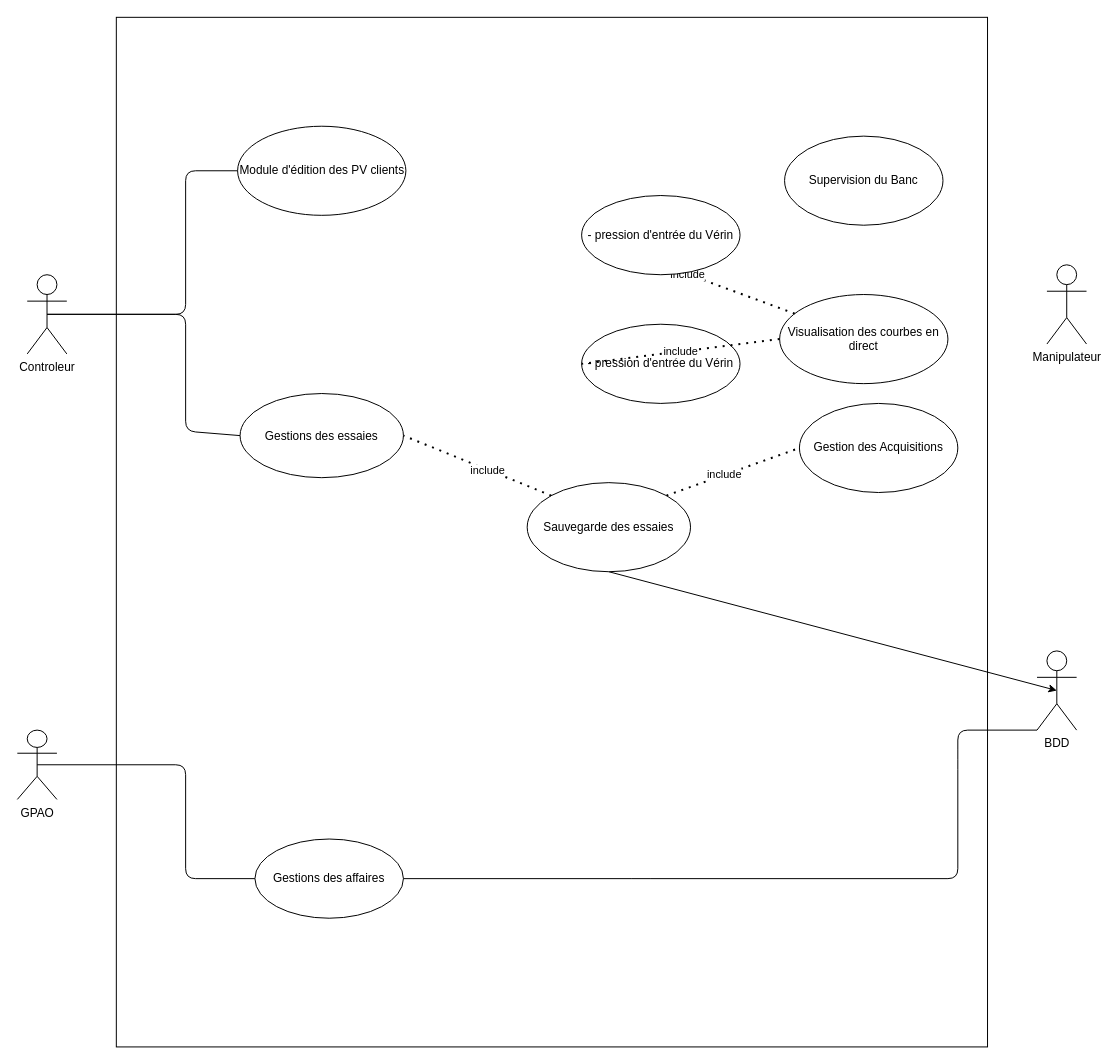
Above: Analyse/diagrammeDUtilisation.drawio in MRCThomas/testDeVerinSurBancHydraulique (draw.io), before the change. Source tidied: cells renumbered, new cells numbered last; positions are measured from the earlier drawing's top-left corner, leaving out a move shared by most shapes. Both pictures are drawn from the tidied source at 99%, with x=0, y=0 at pixel (17, 17).
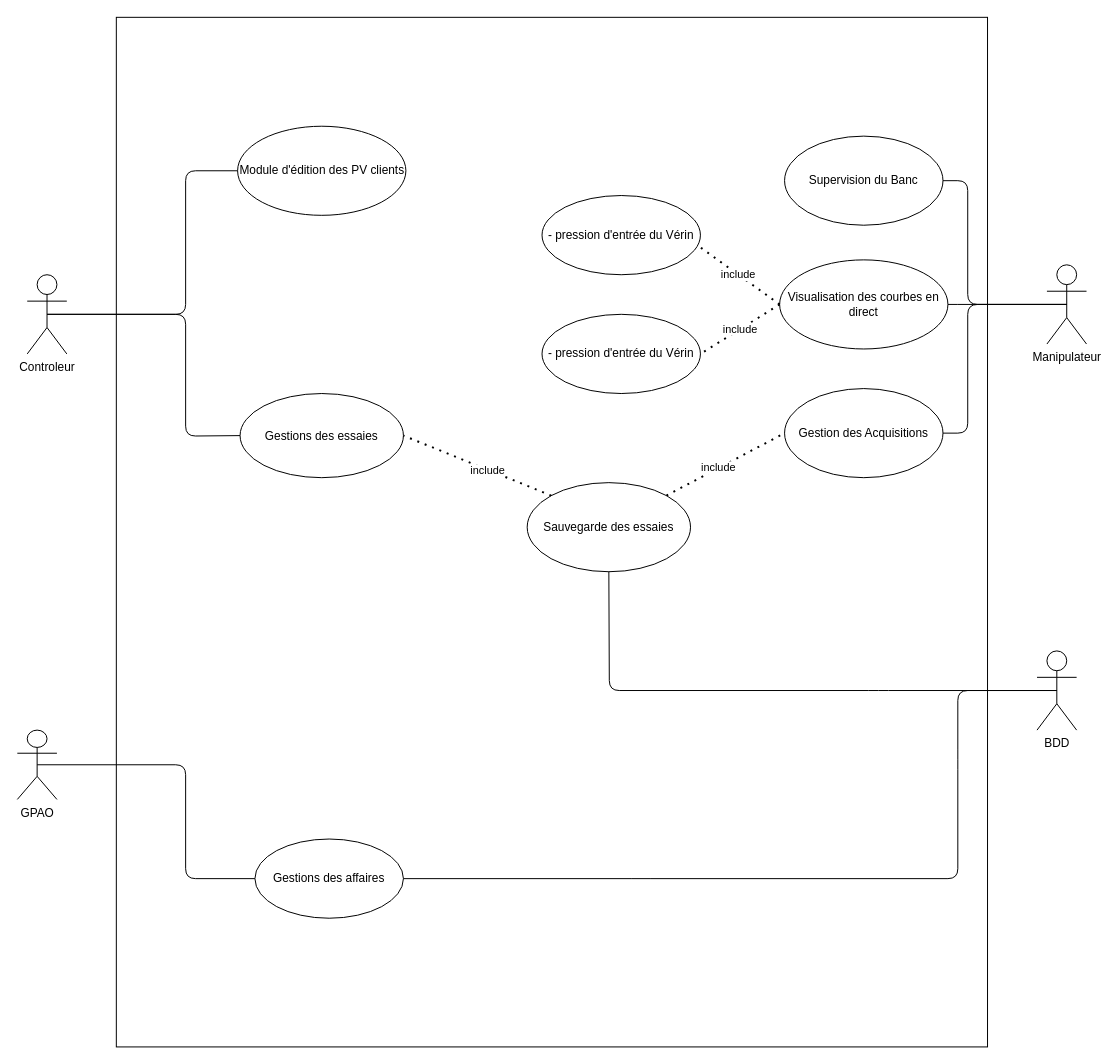
Above is the later version.

Commit message:
😍 Beautiful UseCase

Unchanged cells that the change refers to:
```xml
<mxCell id="3" value="Controleur&lt;br&gt;" style="shape=umlActor;verticalLabelPosition=bottom;verticalAlign=top;html=1;outlineConnect=0;" parent="1" vertex="1">
  <mxGeometry x="10" y="260" width="40" height="80" as="geometry" />
</mxCell>
<mxCell id="5" value="BDD&lt;br&gt;" style="shape=umlActor;verticalLabelPosition=bottom;verticalAlign=top;html=1;outlineConnect=0;" parent="1" vertex="1">
  <mxGeometry x="1030" y="640" width="40" height="80" as="geometry" />
</mxCell>
<mxCell id="6" value="Supervision du Banc" style="ellipse;whiteSpace=wrap;html=1;" parent="1" vertex="1">
  <mxGeometry x="775" y="120" width="160" height="90" as="geometry" />
</mxCell>
<mxCell id="8" value="Gestions des essaies" style="ellipse;whiteSpace=wrap;html=1;" parent="1" vertex="1">
  <mxGeometry x="225" y="380" width="165" height="85" as="geometry" />
</mxCell>
<mxCell id="9" value="Gestions des affaires" style="ellipse;whiteSpace=wrap;html=1;" parent="1" vertex="1">
  <mxGeometry x="240" y="830" width="150" height="80" as="geometry" />
</mxCell>
<mxCell id="15" value="Sauvegarde des essaies" style="ellipse;whiteSpace=wrap;html=1;" parent="1" vertex="1">
  <mxGeometry x="515" y="470" width="165" height="90" as="geometry" />
</mxCell>
<mxCell id="24" value="Manipulateur" style="shape=umlActor;verticalLabelPosition=bottom;verticalAlign=top;html=1;outlineConnect=0;" parent="1" vertex="1">
  <mxGeometry x="1040" y="250" width="40" height="80" as="geometry" />
</mxCell>
```

Diff of the diagram source:
```diff
@@
     <mxCell id="7" value="Visualisation des courbes en direct" style="ellipse;whiteSpace=wrap;html=1;" parent="1" vertex="1">
-      <mxGeometry x="770" y="280" width="170" height="90" as="geometry" />
+      <mxGeometry x="770" y="245" width="170" height="90" as="geometry" />
     </mxCell>
@@
     <mxCell id="10" value="Gestion des Acquisitions" style="ellipse;whiteSpace=wrap;html=1;" parent="1" vertex="1">
-      <mxGeometry x="790" y="390" width="160" height="90" as="geometry" />
+      <mxGeometry x="775" y="375" width="160" height="90" as="geometry" />
     </mxCell>
-    <mxCell id="11" value="include" style="endArrow=none;dashed=1;html=1;dashPattern=1 3;strokeWidth=2;entryX=0;entryY=0.5;entryDx=0;entryDy=0;" parent="1" edge="1" source="7" target="12">
-      <mxGeometry relative="1" as="geometry" />
-    </mxCell>
     <mxCell id="12" value="- pression d'entrée du Vérin" style="ellipse;whiteSpace=wrap;html=1;" parent="1" vertex="1">
-      <mxGeometry x="570" y="180" width="160" height="80" as="geometry" />
+      <mxGeometry x="530" y="180" width="160" height="80" as="geometry" />
     </mxCell>
-    <mxCell id="13" style="endArrow=none;html=1;entryX=1;entryY=0.5;entryDx=0;entryDy=0;exitX=0;exitY=1;exitDx=0;exitDy=0;exitPerimeter=0;" parent="1" edge="1" source="5" target="9">
+    <mxCell id="13" style="endArrow=none;html=1;entryX=1;entryY=0.5;entryDx=0;entryDy=0;exitX=0.5;exitY=0.5;exitDx=0;exitDy=0;exitPerimeter=0;" parent="1" edge="1" source="5" target="9">
       <mxGeometry relative="1" as="geometry">
         <Array as="points">
-          <mxPoint x="950" y="720" />
+          <mxPoint x="950" y="680" />
           <mxPoint x="950" y="750" />
           <mxPoint x="950" y="870" />
           <mxPoint x="630" y="870" />
         </Array>
       </mxGeometry>
     </mxCell>
-    <mxCell id="14" style="edgeStyle=none;html=1;exitX=0.5;exitY=1;exitDx=0;exitDy=0;entryX=0.5;entryY=0.5;entryDx=0;entryDy=0;entryPerimeter=0;" parent="1" edge="1" source="15" target="5">
-      <mxGeometry relative="1" as="geometry" />
-    </mxCell>
@@
     <mxCell id="19" value="- pression d'entrée du Vérin" style="ellipse;whiteSpace=wrap;html=1;" parent="1" vertex="1">
-      <mxGeometry x="570" y="310" width="160" height="80" as="geometry" />
+      <mxGeometry x="530" y="300" width="160" height="80" as="geometry" />
     </mxCell>
-    <mxCell id="20" value="include" style="endArrow=none;dashed=1;html=1;dashPattern=1 3;strokeWidth=2;exitX=0;exitY=0.5;exitDx=0;exitDy=0;entryX=0;entryY=0.5;entryDx=0;entryDy=0;" parent="1" edge="1" source="7" target="19">
+    <mxCell id="20" value="include" style="endArrow=none;dashed=1;html=1;dashPattern=1 3;strokeWidth=2;exitX=0;exitY=0.5;exitDx=0;exitDy=0;entryX=1;entryY=0.5;entryDx=0;entryDy=0;" parent="1" edge="1" source="7" target="19">
       <mxGeometry relative="1" as="geometry" />
     </mxCell>
@@
     <mxCell id="22" style="endArrow=none;html=1;exitX=0.5;exitY=0.5;exitDx=0;exitDy=0;exitPerimeter=0;entryX=0;entryY=0.5;entryDx=0;entryDy=0;" parent="1" edge="1" source="3" target="8">
       <mxGeometry relative="1" as="geometry">
         <Array as="points">
           <mxPoint x="170" y="300" />
-          <mxPoint x="170" y="418" />
+          <mxPoint x="170" y="423" />
         </Array>
       </mxGeometry>
     </mxCell>
@@
+    <mxCell id="27" style="endArrow=none;html=1;entryX=1;entryY=0.5;entryDx=0;entryDy=0;exitX=0.5;exitY=0.5;exitDx=0;exitDy=0;exitPerimeter=0;" parent="1" edge="1" source="24" target="6">
+      <mxGeometry relative="1" as="geometry">
+        <Array as="points">
+          <mxPoint x="960" y="290" />
+          <mxPoint x="960" y="165" />
+        </Array>
+      </mxGeometry>
+    </mxCell>
+    <mxCell id="28" style="endArrow=none;html=1;entryX=1;entryY=0.5;entryDx=0;entryDy=0;" parent="1" edge="1" target="7">
+      <mxGeometry relative="1" as="geometry">
+        <mxPoint x="1060" y="290" as="sourcePoint" />
+        <Array as="points">
+          <mxPoint x="960" y="290" />
+        </Array>
+      </mxGeometry>
+    </mxCell>
+    <mxCell id="29" style="endArrow=none;html=1;entryX=1;entryY=0.5;entryDx=0;entryDy=0;" parent="1" edge="1" target="10">
+      <mxGeometry relative="1" as="geometry">
+        <mxPoint x="1060" y="290" as="sourcePoint" />
+        <Array as="points">
+          <mxPoint x="960" y="290" />
+          <mxPoint x="960" y="420" />
+        </Array>
+      </mxGeometry>
+    </mxCell>
+    <mxCell id="30" style="endArrow=none;html=1;entryX=0.5;entryY=1;entryDx=0;entryDy=0;exitX=0.5;exitY=0.5;exitDx=0;exitDy=0;exitPerimeter=0;" parent="1" edge="1" source="5" target="15">
+      <mxGeometry relative="1" as="geometry">
+        <Array as="points">
+          <mxPoint x="870" y="680" />
+          <mxPoint x="598" y="680" />
+        </Array>
+      </mxGeometry>
+    </mxCell>
+    <mxCell id="11" value="include" style="endArrow=none;dashed=1;html=1;dashPattern=1 3;strokeWidth=2;exitX=0;exitY=0.5;exitDx=0;exitDy=0;entryX=0.977;entryY=0.621;entryDx=0;entryDy=0;entryPerimeter=0;" parent="1" edge="1" source="7" target="12">
+      <mxGeometry relative="1" as="geometry" />
+    </mxCell>
```
